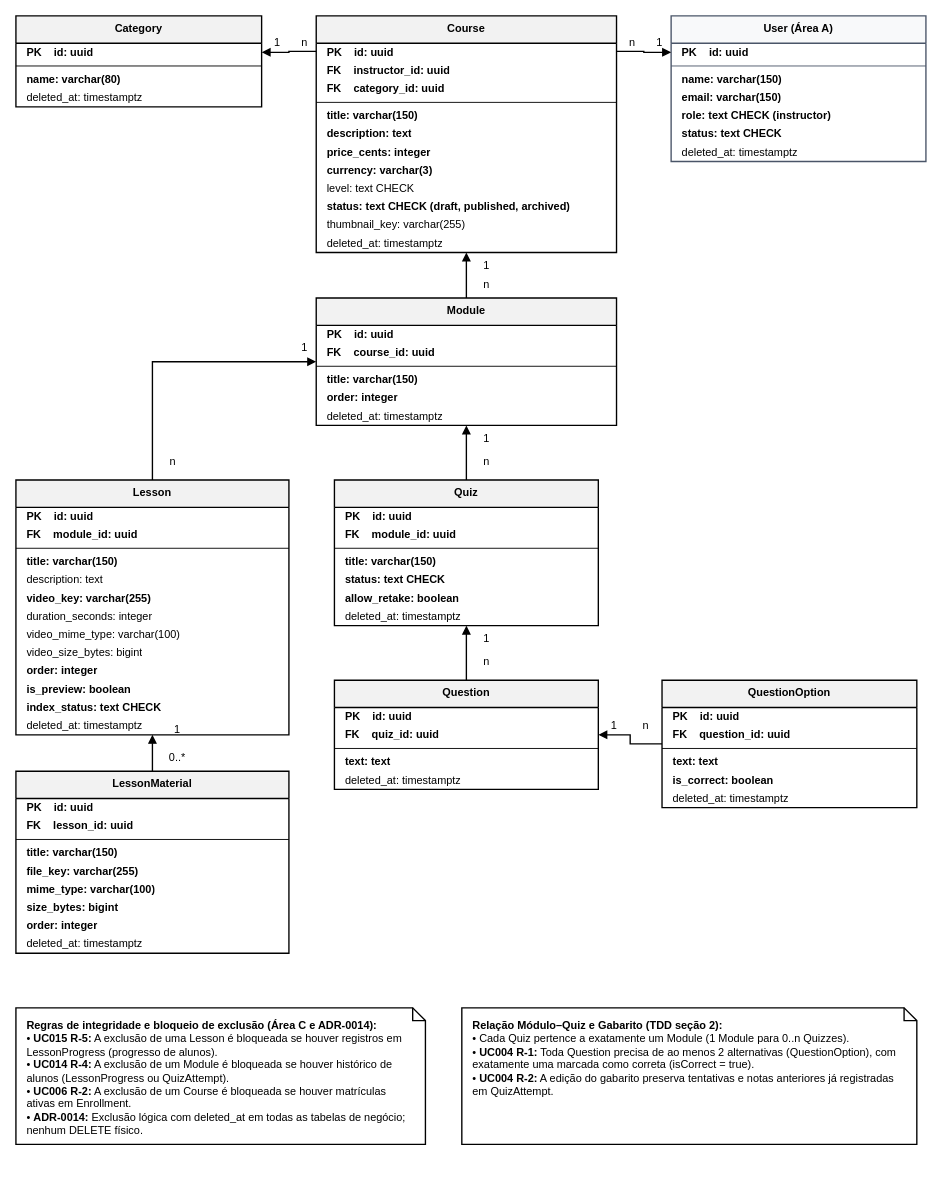
Above: especificacao/diagramas/12-modelo-de-dados-area-b.drawio in Plataforma-de-Cursos-TCC/plataforma-cursos-docs (draw.io), before the change. Source tidied: cells renumbered, new cells numbered last; positions are measured from the earlier drawing's top-left corner, leaving out a move shared by most shapes. Both pictures are drawn from the tidied source at 91%, with x=0, y=0 at pixel (15, 15).
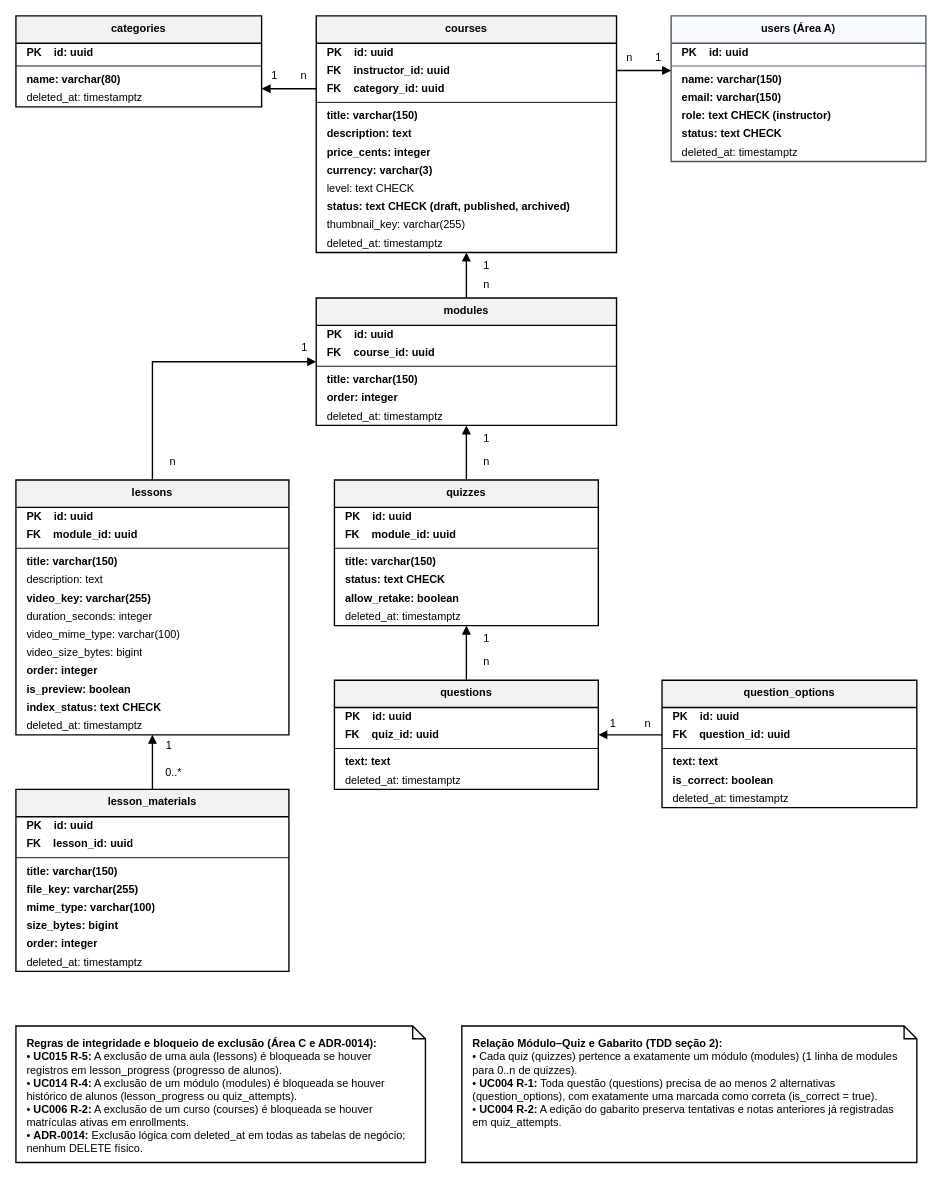
The same page after the edit.

Commit message (it also covers changes not shown here):
docs(modelo-de-dados): rename area B tables to plural snake_case and straighten arrows

What changed in the source:
```diff
@@
-    <mxCell id="2" value="Category" style="swimlane;fontStyle=1;align=center;verticalAlign=top;horizontal=1;startSize=30;whiteSpace=wrap;html=1;fillColor=#F2F2F2;strokeColor=#000000;strokeWidth=1.5;fontFamily=Helvetica;fontSize=12;" parent="1" vertex="1">
+    <mxCell id="2" value="categories" style="swimlane;fontStyle=1;align=center;verticalAlign=top;horizontal=1;startSize=30;whiteSpace=wrap;html=1;fillColor=#F2F2F2;strokeColor=#000000;strokeWidth=1.5;fontFamily=Helvetica;fontSize=12;" parent="1" vertex="1">
       <mxGeometry width="270" height="100" as="geometry" />
     </mxCell>
@@
-    <mxCell id="7" value="Course" style="swimlane;fontStyle=1;align=center;verticalAlign=top;horizontal=1;startSize=30;whiteSpace=wrap;html=1;fillColor=#F2F2F2;strokeColor=#000000;strokeWidth=1.5;fontFamily=Helvetica;fontSize=12;" parent="1" vertex="1">
+    <mxCell id="7" value="courses" style="swimlane;fontStyle=1;align=center;verticalAlign=top;horizontal=1;startSize=30;whiteSpace=wrap;html=1;fillColor=#F2F2F2;strokeColor=#000000;strokeWidth=1.5;fontFamily=Helvetica;fontSize=12;" parent="1" vertex="1">
       <mxGeometry x="330" width="330" height="260" as="geometry" />
     </mxCell>
@@
-    <mxCell id="20" value="User (Área A)" style="swimlane;fontStyle=1;align=center;verticalAlign=top;horizontal=1;startSize=30;whiteSpace=wrap;html=1;fillColor=#F8F9FA;strokeColor=#4A5568;strokeWidth=1.5;strokeDasharray=2 2;fontFamily=Helvetica;fontSize=12;" parent="1" vertex="1">
+    <mxCell id="20" value="users (Área A)" style="swimlane;fontStyle=1;align=center;verticalAlign=top;horizontal=1;startSize=30;whiteSpace=wrap;html=1;fillColor=#F8F9FA;strokeColor=#4A5568;strokeWidth=1.5;strokeDasharray=2 2;fontFamily=Helvetica;fontSize=12;" parent="1" vertex="1">
       <mxGeometry x="720" width="280" height="160" as="geometry" />
     </mxCell>
@@
-    <mxCell id="28" value="Module" style="swimlane;fontStyle=1;align=center;verticalAlign=top;horizontal=1;startSize=30;whiteSpace=wrap;html=1;fillColor=#F2F2F2;strokeColor=#000000;strokeWidth=1.5;fontFamily=Helvetica;fontSize=12;" parent="1" vertex="1">
+    <mxCell id="28" value="modules" style="swimlane;fontStyle=1;align=center;verticalAlign=top;horizontal=1;startSize=30;whiteSpace=wrap;html=1;fillColor=#F2F2F2;strokeColor=#000000;strokeWidth=1.5;fontFamily=Helvetica;fontSize=12;" parent="1" vertex="1">
       <mxGeometry x="330" y="310" width="330" height="140" as="geometry" />
     </mxCell>
@@
-    <mxCell id="35" value="Lesson" style="swimlane;fontStyle=1;align=center;verticalAlign=top;horizontal=1;startSize=30;whiteSpace=wrap;html=1;fillColor=#F2F2F2;strokeColor=#000000;strokeWidth=1.5;fontFamily=Helvetica;fontSize=12;" parent="1" vertex="1">
+    <mxCell id="35" value="lessons" style="swimlane;fontStyle=1;align=center;verticalAlign=top;horizontal=1;startSize=30;whiteSpace=wrap;html=1;fillColor=#F2F2F2;strokeColor=#000000;strokeWidth=1.5;fontFamily=Helvetica;fontSize=12;" parent="1" vertex="1">
       <mxGeometry y="510" width="300" height="280" as="geometry" />
     </mxCell>
@@
-    <mxCell id="49" value="LessonMaterial" style="swimlane;fontStyle=1;align=center;verticalAlign=top;horizontal=1;startSize=30;whiteSpace=wrap;html=1;fillColor=#F2F2F2;strokeColor=#000000;strokeWidth=1.5;fontFamily=Helvetica;fontSize=12;" parent="1" vertex="1">
-      <mxGeometry y="830" width="300" height="200" as="geometry" />
+    <mxCell id="49" value="lesson_materials" style="swimlane;fontStyle=1;align=center;verticalAlign=top;horizontal=1;startSize=30;whiteSpace=wrap;html=1;fillColor=#F2F2F2;strokeColor=#000000;strokeWidth=1.5;fontFamily=Helvetica;fontSize=12;" parent="1" vertex="1">
+      <mxGeometry y="850" width="300" height="200" as="geometry" />
     </mxCell>
@@
-    <mxCell id="59" value="Quiz" style="swimlane;fontStyle=1;align=center;verticalAlign=top;horizontal=1;startSize=30;whiteSpace=wrap;html=1;fillColor=#F2F2F2;strokeColor=#000000;strokeWidth=1.5;fontFamily=Helvetica;fontSize=12;" parent="1" vertex="1">
+    <mxCell id="59" value="quizzes" style="swimlane;fontStyle=1;align=center;verticalAlign=top;horizontal=1;startSize=30;whiteSpace=wrap;html=1;fillColor=#F2F2F2;strokeColor=#000000;strokeWidth=1.5;fontFamily=Helvetica;fontSize=12;" parent="1" vertex="1">
       <mxGeometry x="350" y="510" width="290" height="160" as="geometry" />
     </mxCell>
@@
-    <mxCell id="67" value="Question" style="swimlane;fontStyle=1;align=center;verticalAlign=top;horizontal=1;startSize=30;whiteSpace=wrap;html=1;fillColor=#F2F2F2;strokeColor=#000000;strokeWidth=1.5;fontFamily=Helvetica;fontSize=12;" parent="1" vertex="1">
+    <mxCell id="67" value="questions" style="swimlane;fontStyle=1;align=center;verticalAlign=top;horizontal=1;startSize=30;whiteSpace=wrap;html=1;fillColor=#F2F2F2;strokeColor=#000000;strokeWidth=1.5;fontFamily=Helvetica;fontSize=12;" parent="1" vertex="1">
       <mxGeometry x="350" y="730" width="290" height="120" as="geometry" />
     </mxCell>
@@
-    <mxCell id="73" value="QuestionOption" style="swimlane;fontStyle=1;align=center;verticalAlign=top;horizontal=1;startSize=30;whiteSpace=wrap;html=1;fillColor=#F2F2F2;strokeColor=#000000;strokeWidth=1.5;fontFamily=Helvetica;fontSize=12;" parent="1" vertex="1">
+    <mxCell id="73" value="question_options" style="swimlane;fontStyle=1;align=center;verticalAlign=top;horizontal=1;startSize=30;whiteSpace=wrap;html=1;fillColor=#F2F2F2;strokeColor=#000000;strokeWidth=1.5;fontFamily=Helvetica;fontSize=12;" parent="1" vertex="1">
       <mxGeometry x="710" y="730" width="280" height="140" as="geometry" />
     </mxCell>
@@
-    <mxCell id="80" value="&lt;b&gt;Regras de integridade e bloqueio de exclusão (Área C e ADR-0014):&lt;/b&gt;&lt;br&gt;• &lt;b&gt;UC015 R-5:&lt;/b&gt; A exclusão de uma Lesson é bloqueada se houver registros em LessonProgress (progresso de alunos).&lt;br&gt;• &lt;b&gt;UC014 R-4:&lt;/b&gt; A exclusão de um Module é bloqueada se houver histórico de alunos (LessonProgress ou QuizAttempt).&lt;br&gt;• &lt;b&gt;UC006 R-2:&lt;/b&gt; A exclusão de um Course é bloqueada se houver matrículas ativas em Enrollment.&lt;br&gt;• &lt;b&gt;ADR-0014:&lt;/b&gt; Exclusão lógica com deleted_at em todas as tabelas de negócio; nenhum DELETE físico." style="shape=note;whiteSpace=wrap;html=1;size=14;verticalAlign=top;align=left;spacingTop=6;spacingLeft=10;spacingRight=10;spacingBottom=6;fillColor=#FFFFFF;strokeColor=#000000;strokeWidth=1.5;fontFamily=Helvetica;fontSize=12;" parent="1" vertex="1">
-      <mxGeometry y="1090" width="450" height="150" as="geometry" />
+    <mxCell id="80" value="&lt;b&gt;Regras de integridade e bloqueio de exclusão (Área C e ADR-0014):&lt;/b&gt;&lt;br&gt;• &lt;b&gt;UC015 R-5:&lt;/b&gt; A exclusão de uma aula (lessons) é bloqueada se houver registros em lesson_progress (progresso de alunos).&lt;br&gt;• &lt;b&gt;UC014 R-4:&lt;/b&gt; A exclusão de um módulo (modules) é bloqueada se houver histórico de alunos (lesson_progress ou quiz_attempts).&lt;br&gt;• &lt;b&gt;UC006 R-2:&lt;/b&gt; A exclusão de um curso (courses) é bloqueada se houver matrículas ativas em enrollments.&lt;br&gt;• &lt;b&gt;ADR-0014:&lt;/b&gt; Exclusão lógica com deleted_at em todas as tabelas de negócio; nenhum DELETE físico." style="shape=note;whiteSpace=wrap;html=1;size=14;verticalAlign=top;align=left;spacingTop=6;spacingLeft=10;spacingRight=10;spacingBottom=6;fillColor=#FFFFFF;strokeColor=#000000;strokeWidth=1.5;fontFamily=Helvetica;fontSize=12;" parent="1" vertex="1">
+      <mxGeometry y="1110" width="450" height="150" as="geometry" />
     </mxCell>
-    <mxCell id="81" value="&lt;b&gt;Relação Módulo–Quiz e Gabarito (TDD seção 2):&lt;/b&gt;&lt;br&gt;• Cada Quiz pertence a exatamente um Module (1 Module para 0..n Quizzes).&lt;br&gt;• &lt;b&gt;UC004 R-1:&lt;/b&gt; Toda Question precisa de ao menos 2 alternativas (QuestionOption), com exatamente uma marcada como correta (isCorrect = true).&lt;br&gt;• &lt;b&gt;UC004 R-2:&lt;/b&gt; A edição do gabarito preserva tentativas e notas anteriores já registradas em QuizAttempt." style="shape=note;whiteSpace=wrap;html=1;size=14;verticalAlign=top;align=left;spacingTop=6;spacingLeft=10;spacingRight=10;spacingBottom=6;fillColor=#FFFFFF;strokeColor=#000000;strokeWidth=1.5;fontFamily=Helvetica;fontSize=12;" parent="1" vertex="1">
-      <mxGeometry x="490" y="1090" width="500" height="150" as="geometry" />
+    <mxCell id="81" value="&lt;b&gt;Relação Módulo–Quiz e Gabarito (TDD seção 2):&lt;/b&gt;&lt;br&gt;• Cada quiz (quizzes) pertence a exatamente um módulo (modules) (1 linha de modules para 0..n de quizzes).&lt;br&gt;• &lt;b&gt;UC004 R-1:&lt;/b&gt; Toda questão (questions) precisa de ao menos 2 alternativas (question_options), com exatamente uma marcada como correta (is_correct = true).&lt;br&gt;• &lt;b&gt;UC004 R-2:&lt;/b&gt; A edição do gabarito preserva tentativas e notas anteriores já registradas em quiz_attempts." style="shape=note;whiteSpace=wrap;html=1;size=14;verticalAlign=top;align=left;spacingTop=6;spacingLeft=10;spacingRight=10;spacingBottom=6;fillColor=#FFFFFF;strokeColor=#000000;strokeWidth=1.5;fontFamily=Helvetica;fontSize=12;" parent="1" vertex="1">
+      <mxGeometry x="490" y="1110" width="500" height="150" as="geometry" />
     </mxCell>
-    <mxCell id="82" style="edgeStyle=orthogonalEdgeStyle;rounded=0;jettySize=auto;html=1;strokeColor=#000000;strokeWidth=1.5;endArrow=block;endFill=1;exitX=0;exitY=0.15;entryX=1;entryY=0.4;" parent="1" edge="1" source="7" target="2">
+    <mxCell id="82" style="edgeStyle=orthogonalEdgeStyle;rounded=0;jettySize=auto;html=1;strokeColor=#000000;strokeWidth=1.5;endArrow=block;endFill=1;exitX=0;exitY=0.3077;entryX=1;entryY=0.8;" parent="1" edge="1" source="7" target="2">
       <mxGeometry relative="1" as="geometry" />
     </mxCell>
     <mxCell id="83" value="n" style="text;html=1;align=center;verticalAlign=middle;strokeColor=none;fillColor=none;fontFamily=Helvetica;fontSize=12;fontColor=#000000;" parent="1" vertex="1">
-      <mxGeometry x="305" y="20" width="24" height="20" as="geometry" />
+      <mxGeometry x="304" y="56" width="24" height="20" as="geometry" />
     </mxCell>
     <mxCell id="84" value="1" style="text;html=1;align=center;verticalAlign=middle;strokeColor=none;fillColor=none;fontFamily=Helvetica;fontSize=12;fontColor=#000000;" parent="1" vertex="1">
-      <mxGeometry x="275" y="20" width="24" height="20" as="geometry" />
+      <mxGeometry x="272" y="56" width="24" height="20" as="geometry" />
     </mxCell>
-    <mxCell id="85" style="edgeStyle=orthogonalEdgeStyle;rounded=0;jettySize=auto;html=1;strokeColor=#000000;strokeWidth=1.5;endArrow=block;endFill=1;exitX=1;exitY=0.15;entryX=0;entryY=0.25;" parent="1" edge="1" source="7" target="20">
+    <mxCell id="85" style="edgeStyle=orthogonalEdgeStyle;rounded=0;jettySize=auto;html=1;strokeColor=#000000;strokeWidth=1.5;endArrow=block;endFill=1;exitX=1;exitY=0.2308;entryX=0;entryY=0.375;" parent="1" edge="1" source="7" target="20">
       <mxGeometry relative="1" as="geometry" />
     </mxCell>
     <mxCell id="86" value="n" style="text;html=1;align=center;verticalAlign=middle;strokeColor=none;fillColor=none;fontFamily=Helvetica;fontSize=12;fontColor=#000000;" parent="1" vertex="1">
-      <mxGeometry x="665" y="20" width="24" height="20" as="geometry" />
+      <mxGeometry x="662" y="36" width="24" height="20" as="geometry" />
     </mxCell>
     <mxCell id="87" value="1" style="text;html=1;align=center;verticalAlign=middle;strokeColor=none;fillColor=none;fontFamily=Helvetica;fontSize=12;fontColor=#000000;" parent="1" vertex="1">
-      <mxGeometry x="695" y="20" width="24" height="20" as="geometry" />
+      <mxGeometry x="694" y="36" width="24" height="20" as="geometry" />
     </mxCell>
@@
     <mxCell id="95" value="0..*" style="text;html=1;align=center;verticalAlign=middle;strokeColor=none;fillColor=none;fontFamily=Helvetica;fontSize=12;fontColor=#000000;" parent="1" vertex="1">
-      <mxGeometry x="165" y="805" width="24" height="20" as="geometry" />
+      <mxGeometry x="156" y="822" width="34" height="20" as="geometry" />
     </mxCell>
     <mxCell id="96" value="1" style="text;html=1;align=center;verticalAlign=middle;strokeColor=none;fillColor=none;fontFamily=Helvetica;fontSize=12;fontColor=#000000;" parent="1" vertex="1">
-      <mxGeometry x="165" y="775" width="24" height="20" as="geometry" />
+      <mxGeometry x="156" y="792" width="24" height="20" as="geometry" />
     </mxCell>
@@
-    <mxCell id="103" style="edgeStyle=orthogonalEdgeStyle;rounded=0;jettySize=auto;html=1;strokeColor=#000000;strokeWidth=1.5;endArrow=block;endFill=1;exitX=0;exitY=0.5;entryX=1;entryY=0.5;" parent="1" edge="1" source="73" target="67">
+    <mxCell id="103" style="edgeStyle=orthogonalEdgeStyle;rounded=0;jettySize=auto;html=1;strokeColor=#000000;strokeWidth=1.5;endArrow=block;endFill=1;exitX=0;exitY=0.4286;entryX=1;entryY=0.5;" parent="1" edge="1" source="73" target="67">
       <mxGeometry relative="1" as="geometry" />
     </mxCell>
     <mxCell id="104" value="n" style="text;html=1;align=center;verticalAlign=middle;strokeColor=none;fillColor=none;fontFamily=Helvetica;fontSize=12;fontColor=#000000;" parent="1" vertex="1">
-      <mxGeometry x="680" y="770" width="24" height="20" as="geometry" />
+      <mxGeometry x="682" y="768" width="24" height="20" as="geometry" />
     </mxCell>
     <mxCell id="105" value="1" style="text;html=1;align=center;verticalAlign=middle;strokeColor=none;fillColor=none;fontFamily=Helvetica;fontSize=12;fontColor=#000000;" parent="1" vertex="1">
-      <mxGeometry x="645" y="770" width="24" height="20" as="geometry" />
+      <mxGeometry x="644" y="768" width="24" height="20" as="geometry" />
     </mxCell>
```
